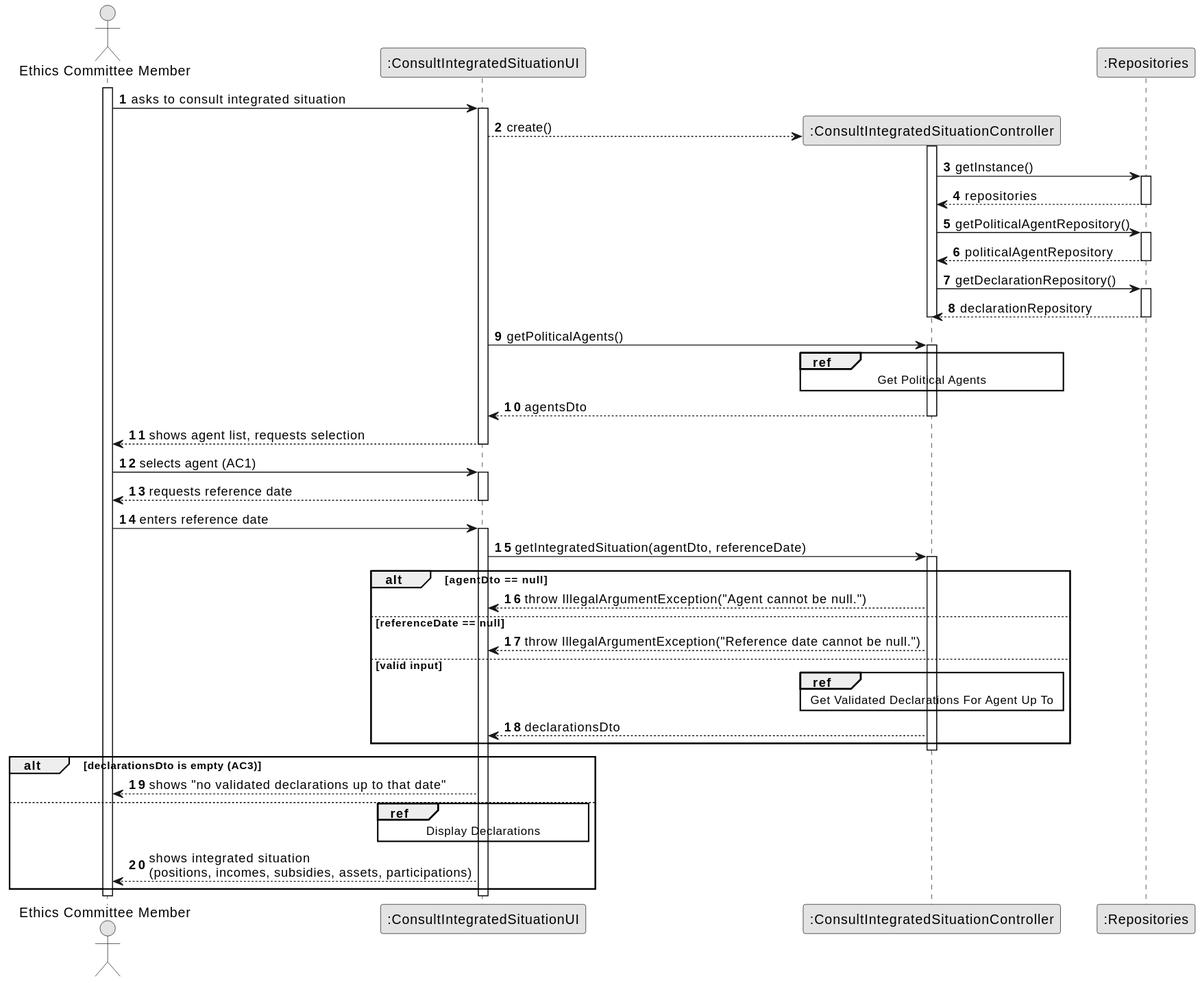
brunodspinto/crystal-clear-platform keeps this PlantUML diagram as docs/system-documentation/US09/03.design/svg/US09-SD-split.svg. Above is the earlier version.
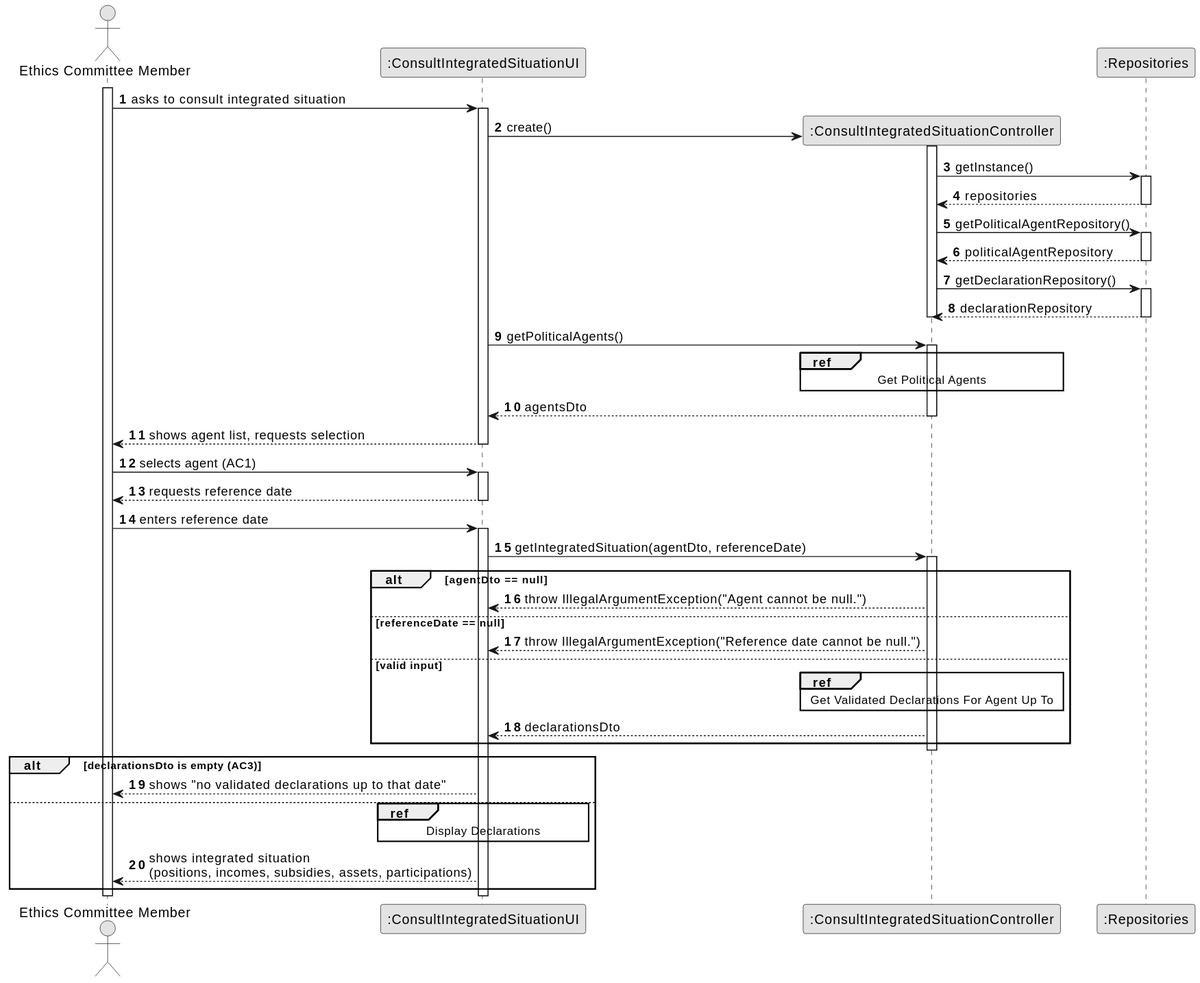
The same file after the commit.

Diff of the diagram source:
```diff
@@ -15,7 +15,7 @@
     ECM -> UI : asks to consult integrated situation
     activate UI
 
-        UI --> CTRL** : create()
+        UI -> CTRL** : create()
         activate CTRL
             CTRL -> REPOS : getInstance()
             activate REPOS
```
